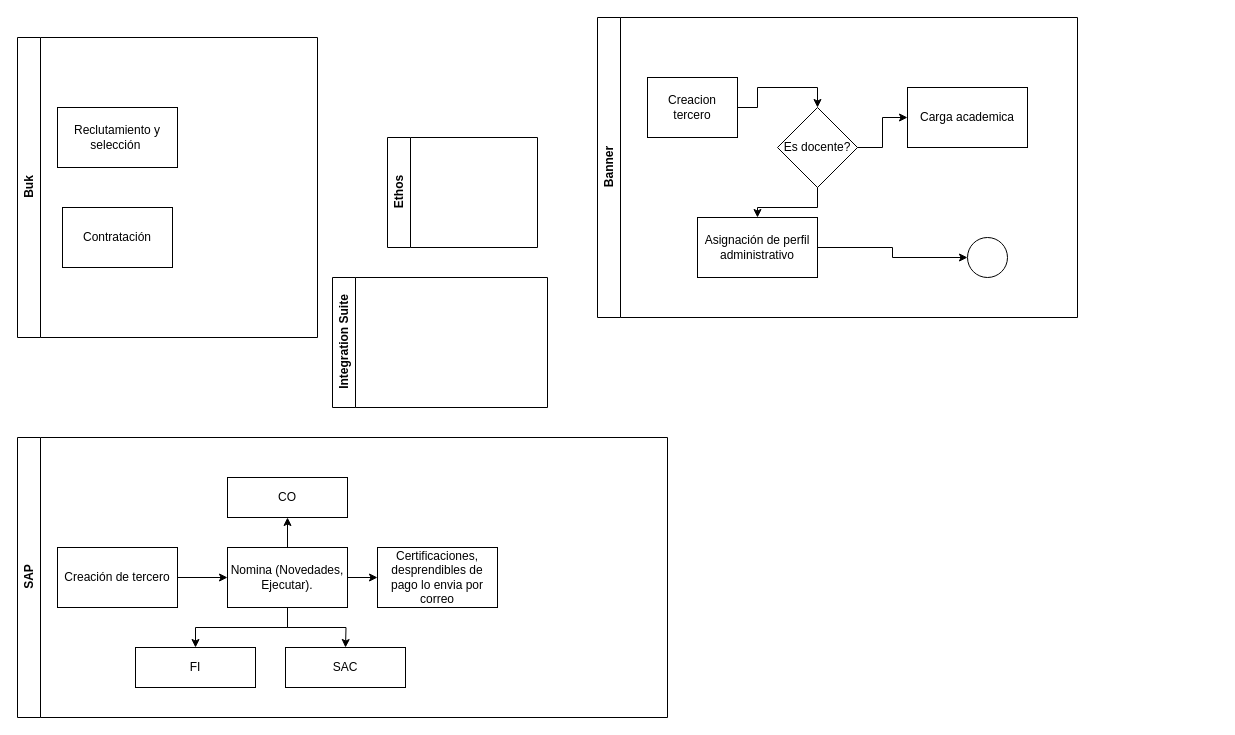
MichaelAcosta07/Diagramas-Arquitectura keeps this draw.io diagram as Buk - Banner.drawio. Above is the earlier version. Source tidied: cells renumbered, new cells numbered last; positions are measured from the earlier drawing's top-left corner, leaving out a move shared by most shapes. Both pictures are drawn from the tidied source at 100%, with x=0, y=0 at pixel (17, 17).
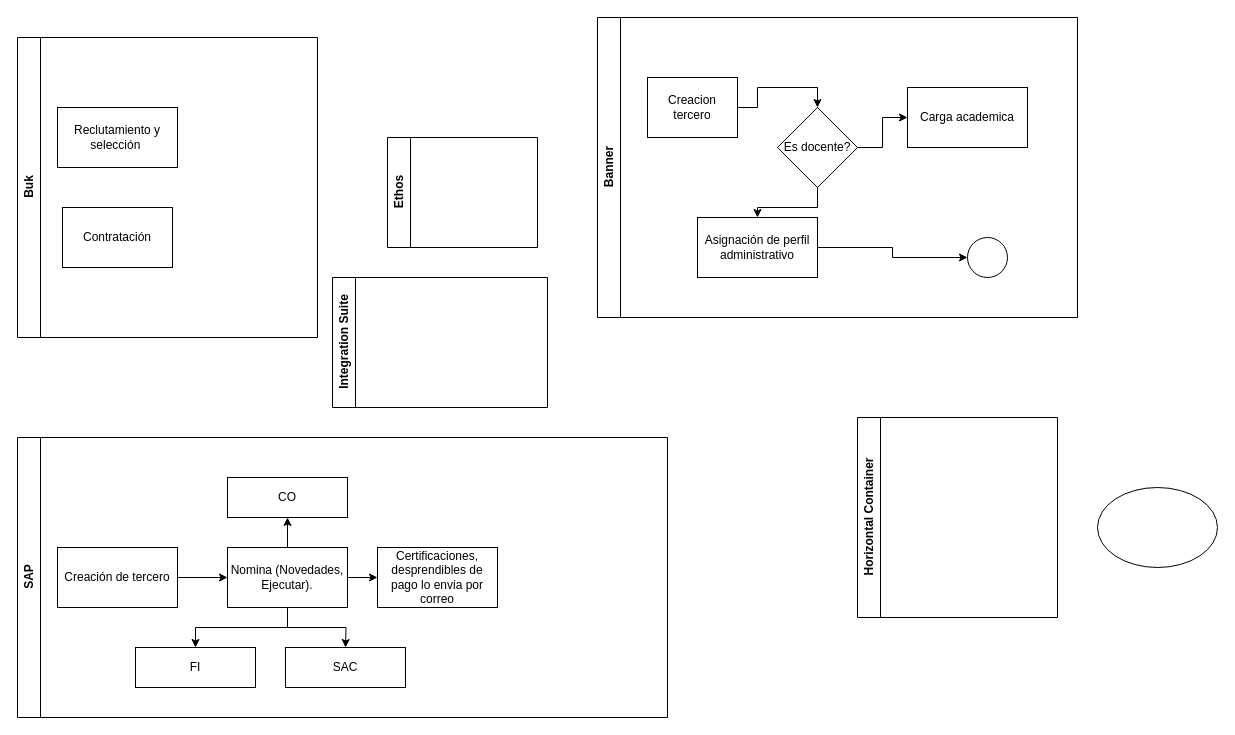
The same diagram, later.

Diff of the diagram source:
```diff
@@
+    <mxCell id="29" value="Horizontal Container" style="swimlane;horizontal=0;whiteSpace=wrap;html=1;" parent="1" vertex="1">
+      <mxGeometry x="840" y="400" width="200" height="200" as="geometry" />
+    </mxCell>
+    <mxCell id="30" style="ellipse;whiteSpace=wrap;html=1;" parent="1" vertex="1">
+      <mxGeometry x="1080" y="470" width="120" height="80" as="geometry" />
+    </mxCell>
```
